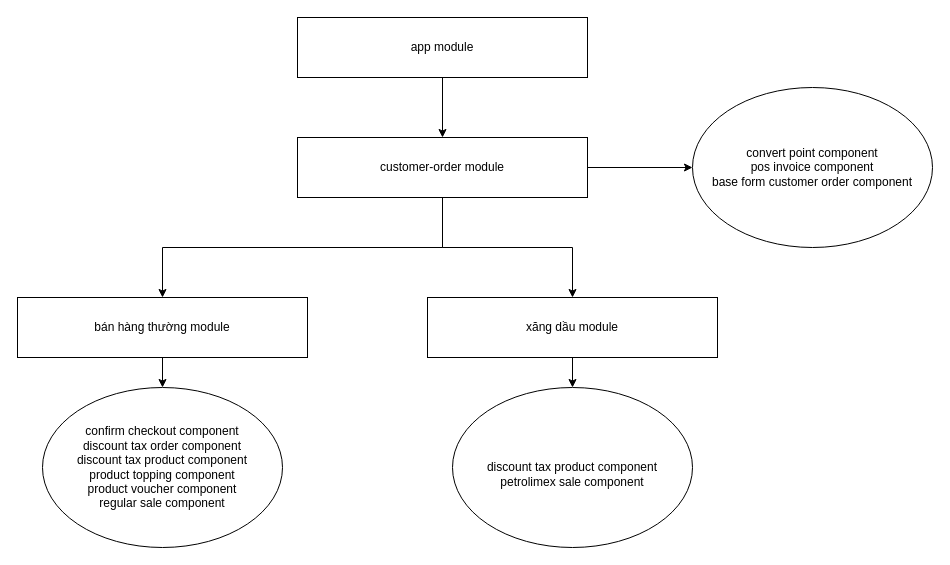
The draw.io diagram pos-module.drawio in lequyetanh/3d-animation, before the edit. Source tidied: cells renumbered, new cells numbered last; positions are measured from the earlier drawing's top-left corner, leaving out a move shared by most shapes. Both pictures are drawn from the tidied source at 100%, with x=0, y=0 at pixel (17, 17).
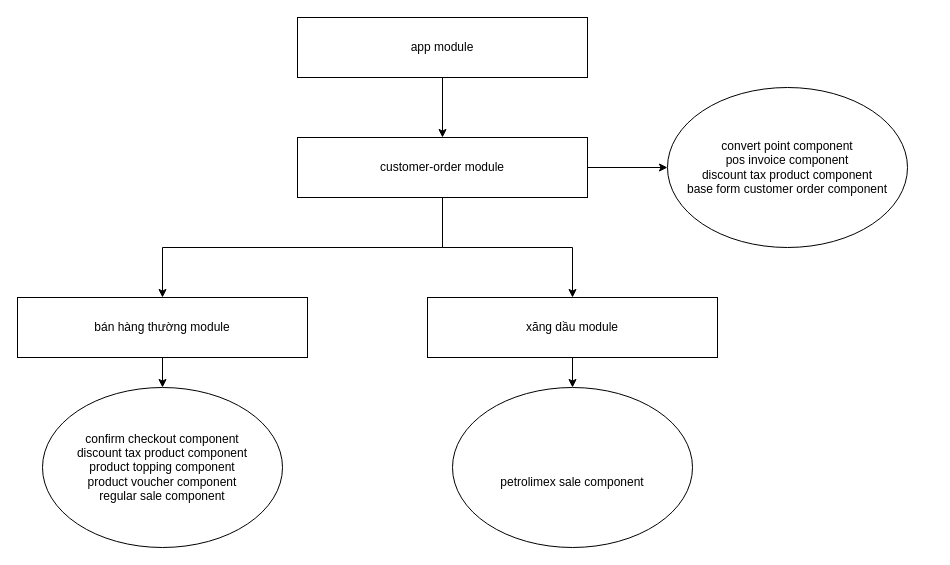
The same page after the edit.

The edit, as a diff of the source:
```diff
@@
 <mxGraphModel>
   <root>
     <mxCell id="0" />
     <mxCell id="1" parent="0" />
     <mxCell id="2" style="edgeStyle=orthogonalEdgeStyle;rounded=0;jettySize=auto;html=1;exitX=0.5;exitY=1;exitDx=0;exitDy=0;entryX=0.5;entryY=0;entryDx=0;entryDy=0;" parent="1" edge="1" source="3" target="4">
       <mxGeometry relative="1" as="geometry" />
     </mxCell>
     <mxCell id="3" value="app module" style="rounded=0;whiteSpace=wrap;html=1;" parent="1" vertex="1">
       <mxGeometry x="280" width="290" height="60" as="geometry" />
     </mxCell>
     <mxCell id="4" value="customer-order module" style="rounded=0;whiteSpace=wrap;html=1;" parent="1" vertex="1">
       <mxGeometry x="280" y="120" width="290" height="60" as="geometry" />
     </mxCell>
-    <mxCell id="5" value="convert point component&lt;br&gt;pos invoice component&lt;br&gt;base form customer order component" style="ellipse;whiteSpace=wrap;html=1;" parent="1" vertex="1">
-      <mxGeometry x="675" y="70" width="240" height="160" as="geometry" />
+    <mxCell id="5" value="convert point component&lt;br&gt;pos invoice component&lt;br&gt;discount tax product component&lt;br&gt;base form customer order component" style="ellipse;whiteSpace=wrap;html=1;" parent="1" vertex="1">
+      <mxGeometry x="650" y="70" width="240" height="160" as="geometry" />
     </mxCell>
     <mxCell id="6" style="edgeStyle=orthogonalEdgeStyle;rounded=0;jettySize=auto;html=1;" parent="1" edge="1" source="9" target="5">
       <mxGeometry relative="1" as="geometry" />
     </mxCell>
     <mxCell id="7" style="edgeStyle=orthogonalEdgeStyle;rounded=0;jettySize=auto;html=1;entryX=0.5;entryY=0;entryDx=0;entryDy=0;" parent="1" edge="1" source="9" target="11">
       <mxGeometry relative="1" as="geometry" />
     </mxCell>
     <mxCell id="8" style="edgeStyle=orthogonalEdgeStyle;rounded=0;jettySize=auto;html=1;" parent="1" edge="1" source="9" target="13">
       <mxGeometry relative="1" as="geometry" />
     </mxCell>
     <mxCell id="9" value="customer-order module" style="rounded=0;whiteSpace=wrap;html=1;" parent="1" vertex="1">
       <mxGeometry x="280" y="120" width="290" height="60" as="geometry" />
     </mxCell>
     <mxCell id="10" style="edgeStyle=orthogonalEdgeStyle;rounded=0;jettySize=auto;html=1;entryX=0.5;entryY=0;entryDx=0;entryDy=0;" parent="1" edge="1" source="11" target="14">
       <mxGeometry relative="1" as="geometry" />
     </mxCell>
     <mxCell id="11" value="bán hàng thường module" style="rounded=0;whiteSpace=wrap;html=1;" parent="1" vertex="1">
       <mxGeometry y="280" width="290" height="60" as="geometry" />
     </mxCell>
     <mxCell id="12" style="edgeStyle=orthogonalEdgeStyle;rounded=0;jettySize=auto;html=1;entryX=0.5;entryY=0;entryDx=0;entryDy=0;" parent="1" edge="1" source="13" target="15">
       <mxGeometry relative="1" as="geometry" />
     </mxCell>
     <mxCell id="13" value="xăng dầu module" style="rounded=0;whiteSpace=wrap;html=1;" parent="1" vertex="1">
       <mxGeometry x="410" y="280" width="290" height="60" as="geometry" />
     </mxCell>
-    <mxCell id="14" value="confirm checkout component&lt;br&gt;discount tax order component&lt;br&gt;discount tax product component&lt;br&gt;product topping component&lt;br&gt;product voucher component&lt;br&gt;regular sale component" style="ellipse;whiteSpace=wrap;html=1;" parent="1" vertex="1">
+    <mxCell id="14" value="confirm checkout component&lt;br&gt;discount tax product component&lt;br&gt;product topping component&lt;br&gt;product voucher component&lt;br&gt;regular sale component" style="ellipse;whiteSpace=wrap;html=1;" parent="1" vertex="1">
       <mxGeometry x="25" y="370" width="240" height="160" as="geometry" />
     </mxCell>
-    <mxCell id="15" value="&lt;br&gt;discount tax product component&lt;br&gt;petrolimex sale component" style="ellipse;whiteSpace=wrap;html=1;" parent="1" vertex="1">
+    <mxCell id="15" value="&lt;br&gt;&lt;br&gt;petrolimex sale component" style="ellipse;whiteSpace=wrap;html=1;" parent="1" vertex="1">
       <mxGeometry x="435" y="370" width="240" height="160" as="geometry" />
     </mxCell>
   </root>
 </mxGraphModel>
```
